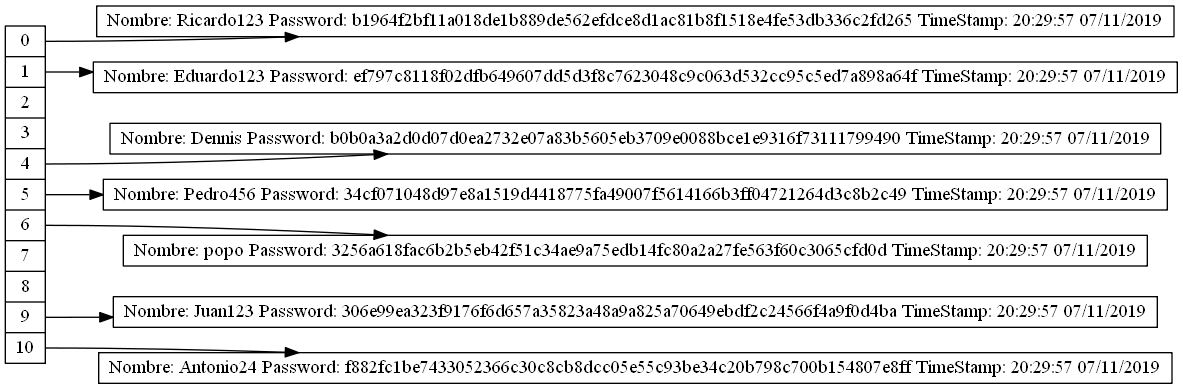
Before: Proyecto2/HashTable.png, a diagram exported from Graphviz (Eduardo01004/EDD_2S2019_PY2_201612124). Its source is kept beside it as Proyecto2/HashTable.dot.
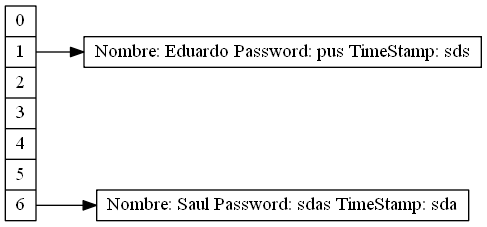
The same diagram one commit later.

Change to the diagram source:
```diff
@@ -7,23 +7,9 @@
 <f3> 3 |
 <f4> 4 |
 <f5> 5 |
-<f6> 6 |
-<f7> 7 |
-<f8> 8 |
-<f9> 9 |
-<f10> 10"];
-nodoRicardo123 [label= "Nombre: Ricardo123 Password: b1964f2bf11a018de1b889de562efdce8d1ac81b8f1518e4fe53db336c2fd265 TimeStamp: 20:29:57 07/11/2019"];
-"nodeTable":f0 -> nodoRicardo123
-nodoEduardo123 [label= "Nombre: Eduardo123 Password: ef797c8118f02dfb649607dd5d3f8c7623048c9c063d532cc95c5ed7a898a64f TimeStamp: 20:29:57 07/11/2019"];
-"nodeTable":f1 -> nodoEduardo123
-nodoDennis [label= "Nombre: Dennis Password: b0b0a3a2d0d07d0ea2732e07a83b5605eb3709e0088bce1e9316f73111799490 TimeStamp: 20:29:57 07/11/2019"];
-"nodeTable":f4 -> nodoDennis
-nodoPedro456 [label= "Nombre: Pedro456 Password: 34cf071048d97e8a1519d4418775fa49007f5614166b3ff04721264d3c8b2c49 TimeStamp: 20:29:57 07/11/2019"];
-"nodeTable":f5 -> nodoPedro456
-nodopopo [label= "Nombre: popo Password: 3256a618fac6b2b5eb42f51c34ae9a75edb14fc80a2a27fe563f60c3065cfd0d TimeStamp: 20:29:57 07/11/2019"];
-"nodeTable":f6 -> nodopopo
-nodoJuan123 [label= "Nombre: Juan123 Password: 306e99ea323f9176f6d657a35823a48a9a825a70649ebdf2c24566f4a9f0d4ba TimeStamp: 20:29:57 07/11/2019"];
-"nodeTable":f9 -> nodoJuan123
-nodoAntonio24 [label= "Nombre: Antonio24 Password: f882fc1be7433052366c30c8cb8dcc05e55c93be34c20b798c700b154807e8ff TimeStamp: 20:29:57 07/11/2019"];
-"nodeTable":f10 -> nodoAntonio24
+<f6> 6"];
+nodoEduardo [label= "Nombre: Eduardo Password: pus TimeStamp: sds"];
+"nodeTable":f1 -> nodoEduardo
+nodoSaul [label= "Nombre: Saul Password: sdas TimeStamp: sda"];
+"nodeTable":f6 -> nodoSaul
 }
```
